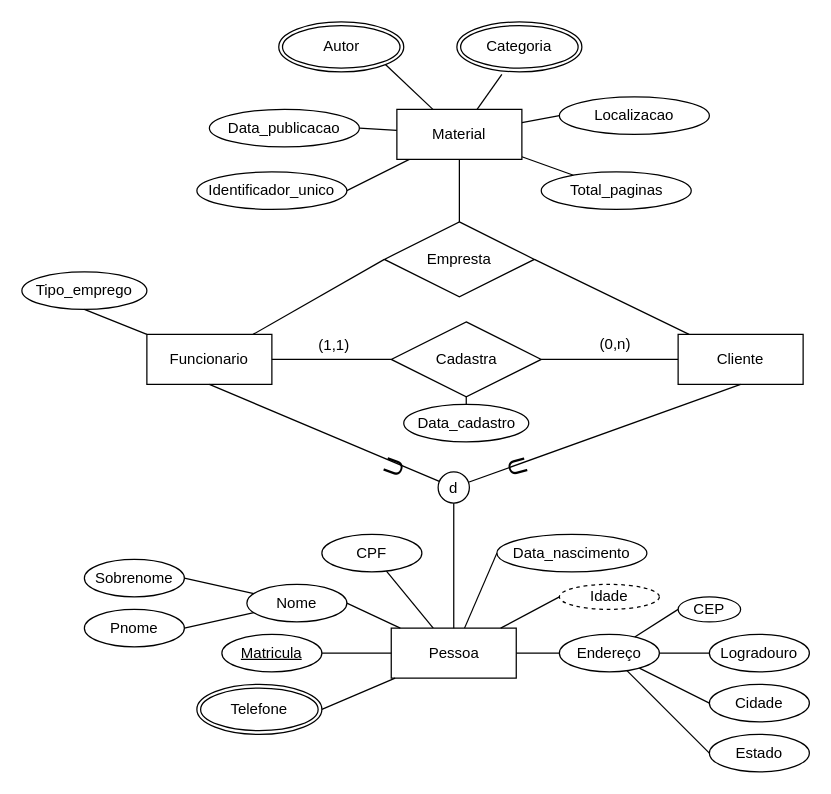
Earlier version of the draw.io diagram DER_Biblioteca.drawio (robsonsan/DER_biblioteca). Source tidied: cells renumbered, new cells numbered last; positions are measured from the earlier drawing's top-left corner, leaving out a move shared by most shapes. Both pictures are drawn from the tidied source at 125%, with x=0, y=0 at pixel (21, 21).
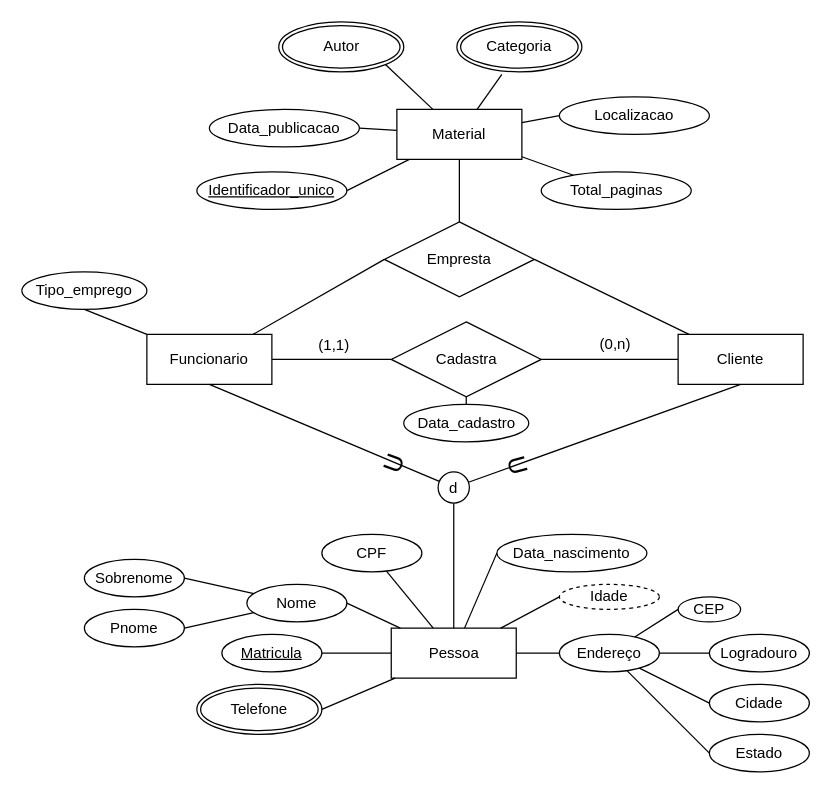
The same diagram, later.

Commit message (it also covers changes not shown here):
Corrigindo chave primaria de Material

Change to the diagram source:
```diff
@@
     <mxCell id="16" value="U" style="text;html=1;strokeColor=none;fillColor=none;align=center;verticalAlign=middle;whiteSpace=wrap;rounded=0;fontSize=20;rotation=75;" parent="1" vertex="1">
-      <mxGeometry x="358" y="341" width="80" height="30" as="geometry" />
+      <mxGeometry x="358" y="340" width="80" height="30" as="geometry" />
     </mxCell>
     <mxCell id="17" value="U" style="text;html=1;strokeColor=none;fillColor=none;align=center;verticalAlign=middle;whiteSpace=wrap;rounded=0;fontSize=20;rotation=-70;" parent="1" vertex="1">
-      <mxGeometry x="257" y="341" width="80" height="30" as="geometry" />
+      <mxGeometry x="257" y="338" width="80" height="30" as="geometry" />
     </mxCell>
@@
-    <mxCell id="57" value="Identificador_unico" style="ellipse;whiteSpace=wrap;html=1;" parent="1" vertex="1">
+    <mxCell id="57" value="Identificador_unico" style="ellipse;whiteSpace=wrap;html=1;fontStyle=4;" parent="1" vertex="1">
       <mxGeometry x="140" y="120" width="120" height="30" as="geometry" />
     </mxCell>
```
